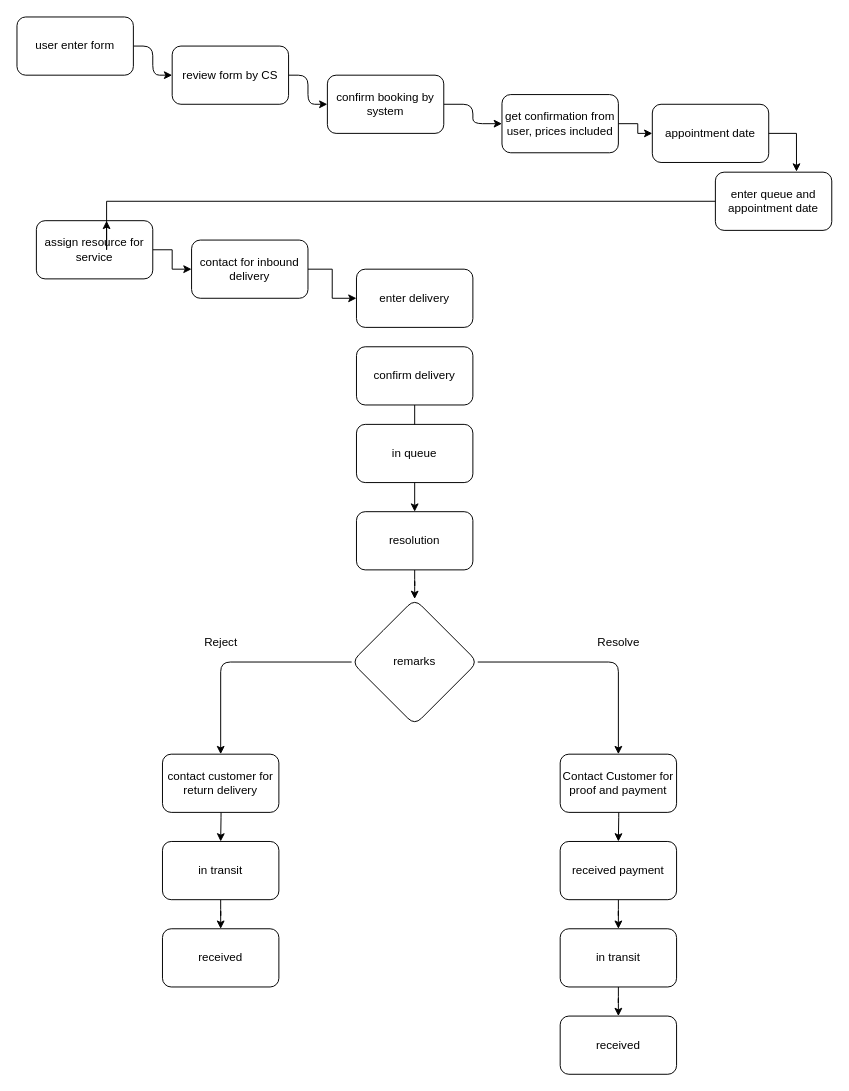
Earlier version of the draw.io diagram customer_journey.drawio (AbdullahSafwan/gpu_saviors-be). Source tidied: cells renumbered, new cells numbered last; positions are measured from the earlier drawing's top-left corner, leaving out a move shared by most shapes. Both pictures are drawn from the tidied source at 97%, with x=0, y=0 at pixel (16, 16).
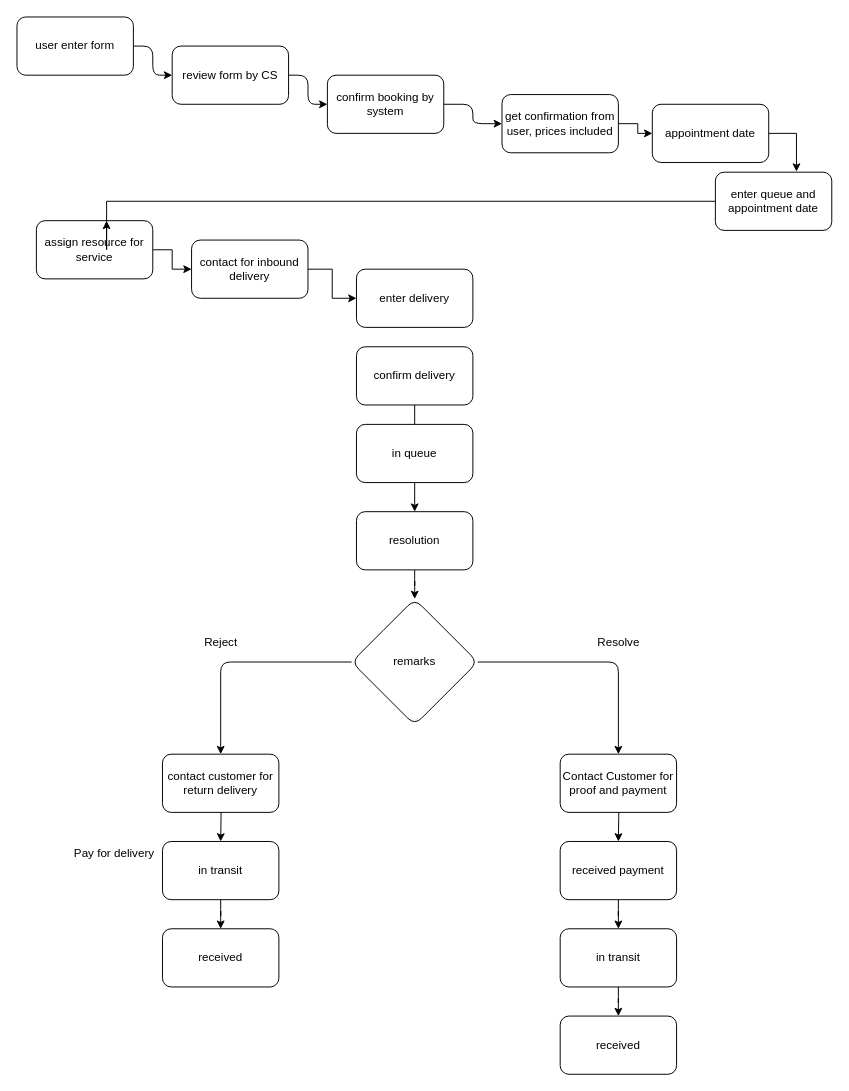
After the change.

Commit message:
updates customer journey flow to include delivery outbound charges

What changed in the source:
```diff
@@
+    <mxCell id="41" value="Pay for delivery" style="text;html=1;align=center;verticalAlign=middle;strokeColor=none;fillColor=none;" parent="1" vertex="1">
+      <mxGeometry x="45" y="848" width="110" height="30" as="geometry" />
+    </mxCell>
```
